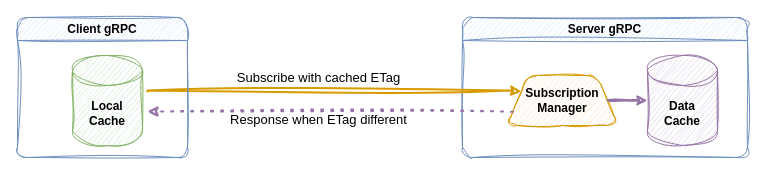
stevenrskelton/stevenrskelton.github.io keeps this draw.io diagram as assets/images/2024/04/etag_use.drawio. Above is the earlier version. Source tidied: cells renumbered, new cells numbered last; positions are measured from the earlier drawing's top-left corner, leaving out a move shared by most shapes. Both pictures are drawn from the tidied source at 100%, with x=0, y=0 at pixel (17, 17).
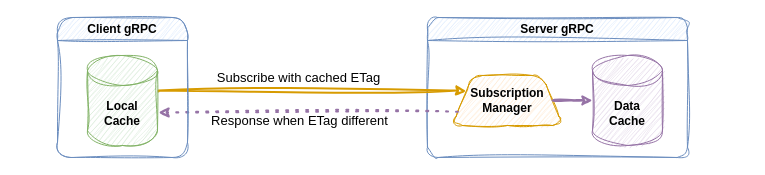
The same page after the edit.

Change to the diagram source:
```diff
@@
 <mxGraphModel>
   <root>
     <mxCell id="0" />
     <mxCell id="1" parent="0" />
     <mxCell id="2" value="Server gRPC" style="swimlane;whiteSpace=wrap;html=1;rounded=1;sketch=1;curveFitting=1;jiggle=2;fillColor=#dae8fc;strokeColor=#6c8ebf;" parent="1" vertex="1">
-      <mxGeometry x="445" width="285" height="140" as="geometry" />
+      <mxGeometry x="410" width="260" height="140" as="geometry" />
     </mxCell>
     <mxCell id="3" value="Subscription&lt;br&gt;Manager" style="shape=trapezoid;perimeter=trapezoidPerimeter;whiteSpace=wrap;html=1;fixedSize=1;fillColor=#ffe6cc;strokeColor=#d79b00;rounded=1;sketch=1;curveFitting=1;jiggle=2;shadow=0;textShadow=0;fontStyle=1;" parent="2" vertex="1">
-      <mxGeometry x="45" y="58" width="110" height="50" as="geometry" />
+      <mxGeometry x="25" y="58" width="110" height="50" as="geometry" />
     </mxCell>
     <mxCell id="4" value="Data&lt;br&gt;Cache" style="shape=cylinder3;whiteSpace=wrap;html=1;boundedLbl=1;backgroundOutline=1;size=15;fillColor=#e1d5e7;strokeColor=#9673a6;sketch=1;curveFitting=1;jiggle=2;shadow=0;textShadow=0;fontStyle=1;" parent="2" vertex="1">
-      <mxGeometry x="185" y="38" width="70" height="90" as="geometry" />
+      <mxGeometry x="165" y="38" width="70" height="90" as="geometry" />
     </mxCell>
     <mxCell id="5" style="edgeStyle=orthogonalEdgeStyle;rounded=0;jettySize=auto;html=1;exitX=1;exitY=0.5;exitDx=0;exitDy=0;entryX=0;entryY=0.5;entryDx=0;entryDy=0;entryPerimeter=0;strokeWidth=2;fillColor=#e1d5e7;strokeColor=#9673a6;sketch=1;curveFitting=1;jiggle=2;" parent="2" edge="1" source="3" target="4">
       <mxGeometry relative="1" as="geometry" />
     </mxCell>
     <mxCell id="6" style="edgeStyle=orthogonalEdgeStyle;rounded=0;jettySize=auto;html=1;shadow=0;textShadow=0;sketch=1;curveFitting=1;jiggle=2;flowAnimation=0;fillColor=#ffe6cc;strokeColor=#d79b00;strokeWidth=2;entryX=0;entryY=0.25;entryDx=0;entryDy=0;" parent="1" edge="1" target="3">
       <mxGeometry relative="1" as="geometry">
-        <mxPoint x="130" y="74" as="sourcePoint" />
+        <mxPoint x="141" y="74" as="sourcePoint" />
         <Array as="points">
-          <mxPoint x="490" y="73" />
-          <mxPoint x="490" y="74" />
+          <mxPoint x="141" y="73" />
+          <mxPoint x="440" y="73" />
         </Array>
       </mxGeometry>
     </mxCell>
     <mxCell id="7" value="&lt;div style=&quot;font-size: 13px;&quot;&gt;Subscribe with cached ETag&lt;br&gt;&lt;/div&gt;" style="edgeLabel;html=1;align=center;verticalAlign=middle;labelBackgroundColor=none;fontSize=13;spacingTop=2;" parent="6" vertex="1">
       <mxGeometry x="0.32" y="-2" relative="1" as="geometry">
-        <mxPoint x="-76" y="-17" as="offset" />
+        <mxPoint x="-64" y="-17" as="offset" />
       </mxGeometry>
     </mxCell>
-    <mxCell id="8" style="rounded=0;jettySize=auto;html=1;shadow=0;textShadow=0;sketch=1;curveFitting=1;jiggle=2;fillColor=#e1d5e7;strokeColor=#9673a6;strokeWidth=2;dashed=1;dashPattern=1 4;exitX=0;exitY=0.75;exitDx=0;exitDy=0;" parent="1" edge="1" source="3">
+    <mxCell id="8" style="rounded=0;jettySize=auto;html=1;shadow=0;textShadow=0;fillColor=#e1d5e7;strokeColor=#9673a6;strokeWidth=2;dashed=1;dashPattern=1 4;exitX=0;exitY=0.75;exitDx=0;exitDy=0;sketch=1;curveFitting=1;jiggle=2;" parent="1" edge="1" source="3">
       <mxGeometry relative="1" as="geometry">
-        <mxPoint x="130" y="94" as="targetPoint" />
+        <mxPoint x="141" y="95" as="targetPoint" />
       </mxGeometry>
     </mxCell>
     <mxCell id="9" value="&lt;div&gt;Response when ETag different&lt;/div&gt;" style="edgeLabel;html=1;align=center;verticalAlign=middle;labelBackgroundColor=none;fontSize=13;spacingTop=3;" parent="8" vertex="1">
       <mxGeometry x="0.07" y="2" relative="1" as="geometry">
         <mxPoint x="1" y="4" as="offset" />
       </mxGeometry>
     </mxCell>
-    <mxCell id="10" value="Client gRPC" style="swimlane;whiteSpace=wrap;html=1;rounded=1;sketch=1;curveFitting=1;jiggle=2;fillColor=#dae8fc;strokeColor=#6c8ebf;" parent="1" vertex="1">
-      <mxGeometry width="170" height="140" as="geometry" />
+    <mxCell id="10" value="Client gRPC" style="swimlane;whiteSpace=wrap;html=1;rounded=1;sketch=1;curveFitting=1;jiggle=2;fillColor=#dae8fc;strokeColor=#6c8ebf;arcSize=22;" parent="1" vertex="1">
+      <mxGeometry x="40" width="130" height="140" as="geometry" />
     </mxCell>
     <mxCell id="11" value="&lt;b&gt;Local&lt;br&gt;Cache&lt;br&gt;&lt;/b&gt;" style="shape=cylinder3;whiteSpace=wrap;html=1;boundedLbl=1;backgroundOutline=1;size=15;fillColor=#d5e8d4;strokeColor=#82b366;sketch=1;curveFitting=1;jiggle=2;" parent="10" vertex="1">
-      <mxGeometry x="55" y="38" width="70" height="90" as="geometry" />
+      <mxGeometry x="30" y="38" width="70" height="90" as="geometry" />
     </mxCell>
   </root>
 </mxGraphModel>
```
